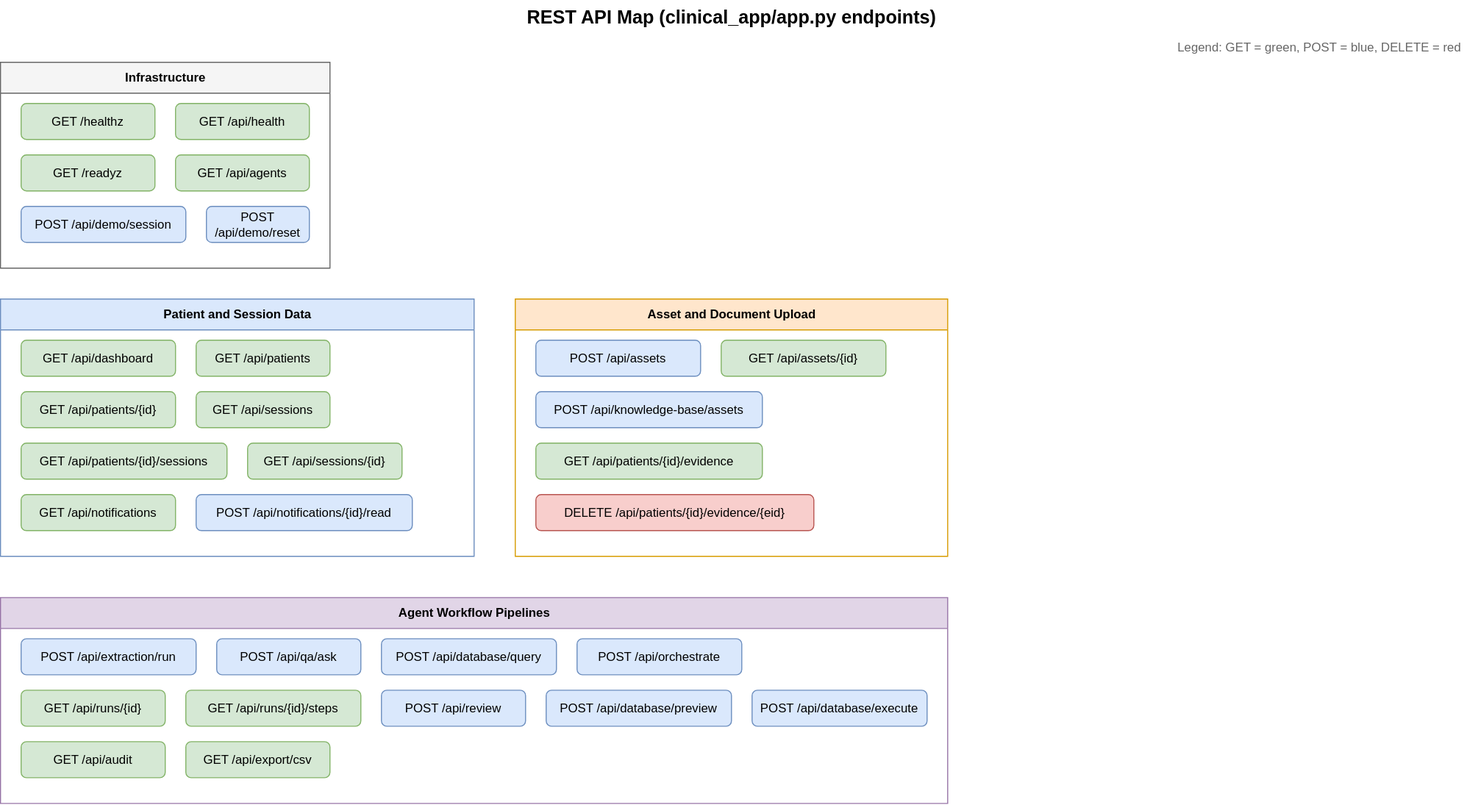
This is frontend/public/diagrams/svg/25-rest-api-map.svg from GeorgiNaydenov/Google-Capstone-Project, a draw.io export, as it was before one commit. Source tidied: cells renumbered, new cells last; positions are measured from the earlier drawing's top-left corner, leaving out a move shared by most shapes.
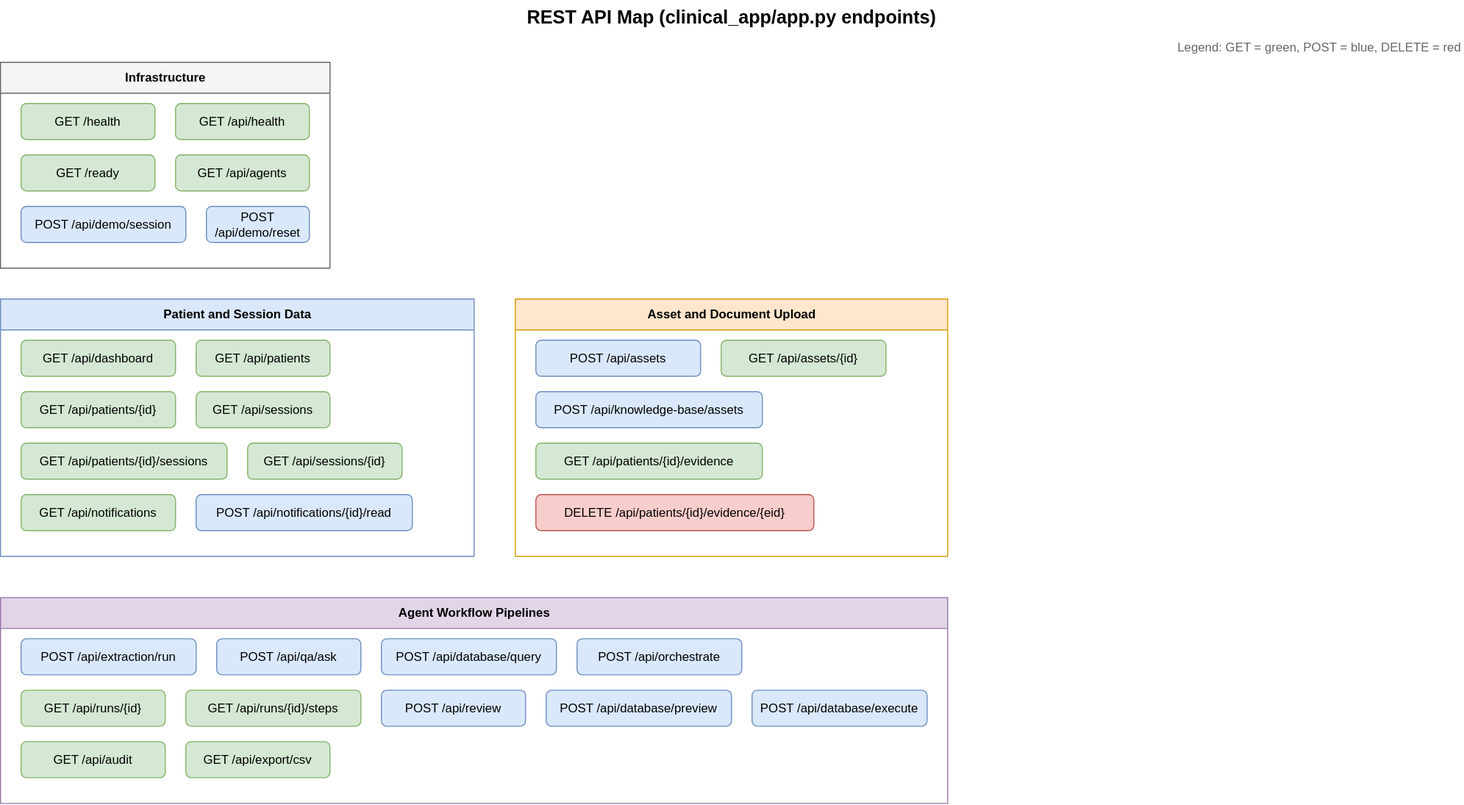
The same file after the commit.

What changed in the source:
```diff
@@ -11,13 +11,13 @@
     <mxCell id="4" value="Infrastructure" style="swimlane;startSize=30;fillColor=#f5f5f5;strokeColor=#666666;html=1;fontStyle=1;" parent="1" vertex="1">
       <mxGeometry y="60" width="320" height="200" as="geometry" />
     </mxCell>
-    <mxCell id="5" value="GET /healthz" style="rounded=1;whiteSpace=wrap;html=1;fillColor=#d5e8d4;strokeColor=#82b366;" parent="4" vertex="1">
+    <mxCell id="5" value="GET /health" style="rounded=1;whiteSpace=wrap;html=1;fillColor=#d5e8d4;strokeColor=#82b366;" parent="4" vertex="1">
       <mxGeometry x="20" y="40" width="130" height="35" as="geometry" />
     </mxCell>
     <mxCell id="6" value="GET /api/health" style="rounded=1;whiteSpace=wrap;html=1;fillColor=#d5e8d4;strokeColor=#82b366;" parent="4" vertex="1">
       <mxGeometry x="170" y="40" width="130" height="35" as="geometry" />
     </mxCell>
-    <mxCell id="7" value="GET /readyz" style="rounded=1;whiteSpace=wrap;html=1;fillColor=#d5e8d4;strokeColor=#82b366;" parent="4" vertex="1">
+    <mxCell id="7" value="GET /ready" style="rounded=1;whiteSpace=wrap;html=1;fillColor=#d5e8d4;strokeColor=#82b366;" parent="4" vertex="1">
       <mxGeometry x="20" y="90" width="130" height="35" as="geometry" />
     </mxCell>
     <mxCell id="8" value="GET /api/agents" style="rounded=1;whiteSpace=wrap;html=1;fillColor=#d5e8d4;strokeColor=#82b366;" parent="4" vertex="1">
```
